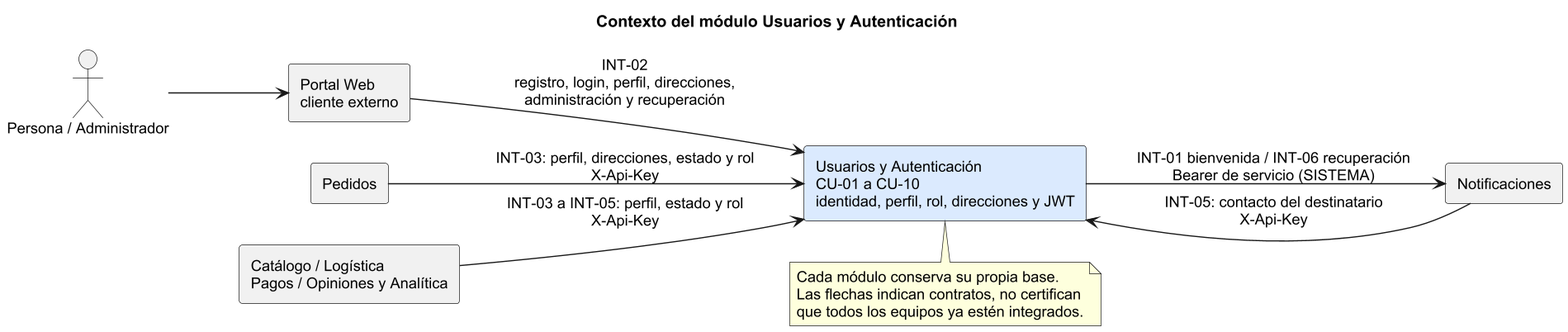
Above: doc/Diagramas/contexto.png in CarlaGorgal2002/deliverygo-usuarios-auth (PlantUML), before the change.
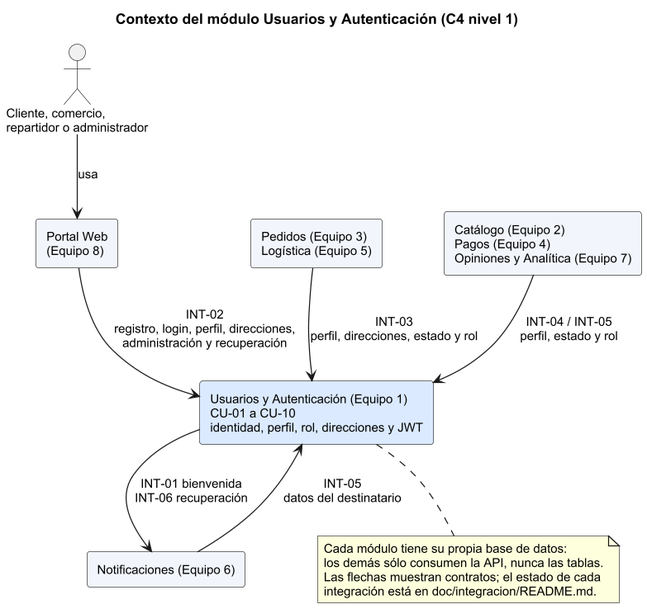
The same file after the commit.

Change to the diagram source:
```diff
@@ -1,26 +1,31 @@
 @startuml contexto
-skinparam dpi 135
+skinparam dpi 120
 skinparam shadowing false
 skinparam defaultFontName Arial
-skinparam defaultFontSize 13
-skinparam sequenceMessageAlign center
-title Contexto del módulo Usuarios y Autenticación
-left to right direction
-actor "Persona / Administrador" as Persona
-rectangle "Portal Web\ncliente externo" as Portal
-rectangle "Usuarios y Autenticación\nCU-01 a CU-10\nidentidad, perfil, rol, direcciones y JWT" as U #DBEAFE
-rectangle "Pedidos" as P
-rectangle "Catálogo / Logística\nPagos / Opiniones y Analítica" as M
-rectangle "Notificaciones" as N
-Persona --> Portal
+skinparam defaultFontSize 12
+skinparam rectangleBackgroundColor #F2F6FC
+skinparam nodesep 50
+skinparam ranksep 60
+title Contexto del módulo Usuarios y Autenticación (C4 nivel 1)
+
+actor "Cliente, comercio,\nrepartidor o administrador" as Persona
+rectangle "Portal Web\n(Equipo 8)" as Portal
+rectangle "Usuarios y Autenticación (Equipo 1)\nCU-01 a CU-10\nidentidad, perfil, rol, direcciones y JWT" as U #DBEAFE
+rectangle "Pedidos (Equipo 3)\nLogística (Equipo 5)" as PL
+rectangle "Catálogo (Equipo 2)\nPagos (Equipo 4)\nOpiniones y Analítica (Equipo 7)" as Otros
+rectangle "Notificaciones (Equipo 6)" as N
+
+Persona --> Portal : usa
 Portal --> U : INT-02\nregistro, login, perfil, direcciones,\nadministración y recuperación
-P --> U : INT-03: perfil, direcciones, estado y rol\nX-Api-Key
-M --> U : INT-03 a INT-05: perfil, estado y rol\nX-Api-Key
-N --> U : INT-05: contacto del destinatario\nX-Api-Key
-U --> N : INT-01 bienvenida / INT-06 recuperación\nBearer de servicio (SISTEMA)
+PL --> U : INT-03\nperfil, direcciones, estado y rol
+Otros --> U : INT-04 / INT-05\nperfil, estado y rol
+N --> U : INT-05\ndatos del destinatario
+U --> N : INT-01 bienvenida\nINT-06 recuperación
+
 note bottom of U
- Cada módulo conserva su propia base.
- Las flechas indican contratos, no certifican
- que todos los equipos ya estén integrados.
+  Cada módulo tiene su propia base de datos:
+  los demás sólo consumen la API, nunca las tablas.
+  Las flechas muestran contratos; el estado de cada
+  integración está en doc/integracion/README.md.
 end note
 @enduml
```
